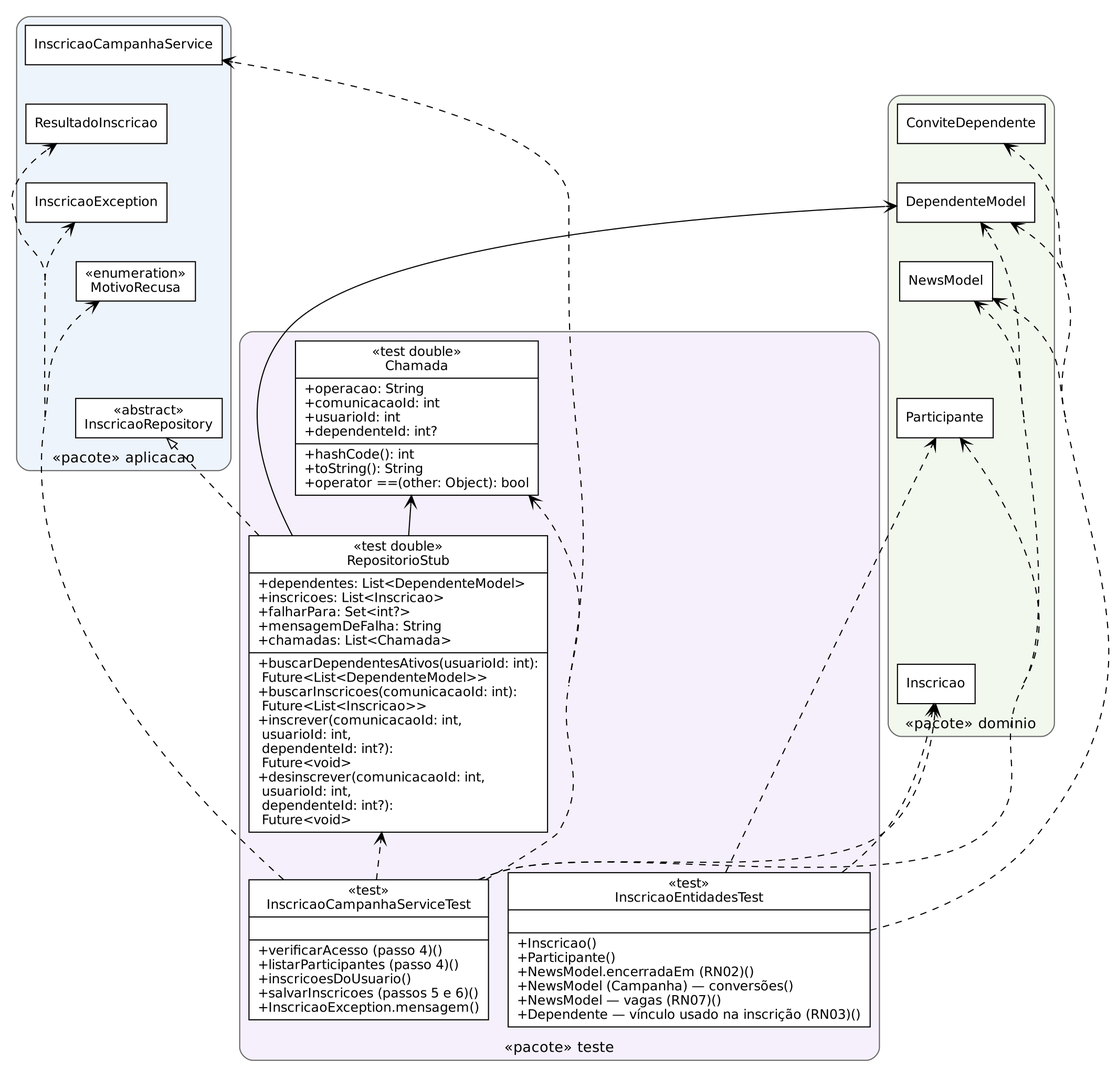
Above: qualidade/diagramas/ex11c_classes_teste.png in Conecta-Vida/Conecta-Vida-Mobile (Graphviz), before the change. Its source is kept beside it as qualidade/diagramas/ex11c_classes_teste.dot.
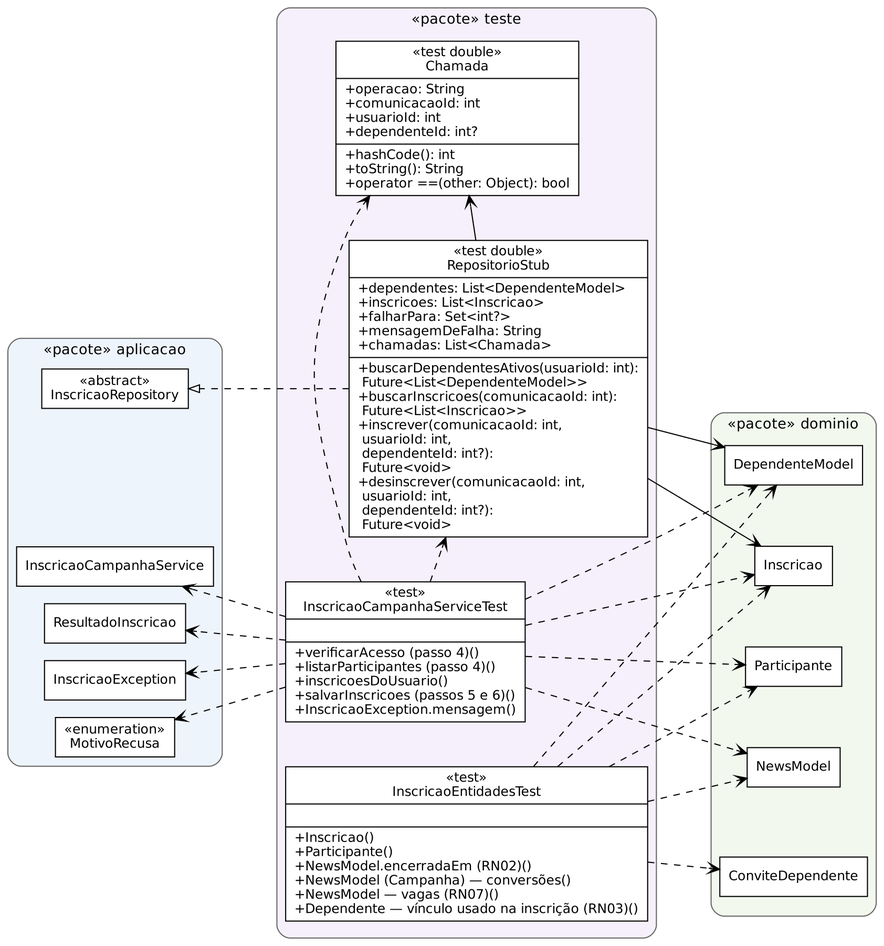
The same diagram one commit later.

Change to the diagram source:
```diff
@@ -1,26 +1,26 @@
 digraph classes {
-rankdir=BT; nodesep=0.25; ranksep=0.5; pad=0.1; concentrate=true;
+graph [layout=nop2, pad=0.1, dpi=150, splines=true];
 node [shape=record, fontname="DejaVu Sans", fontsize=12, style=filled, fillcolor="#ffffff"];
 edge [fontname="DejaVu Sans", fontsize=11];
-subgraph cluster_0 { label="«pacote» aplicacao"; style="rounded,filled"; fillcolor="#eef4fb"; color=gray40; fontname="DejaVu Sans"; fontsize=13; labelloc=t;
-  InscricaoRepository [shape=box, label="«abstract»\nInscricaoRepository"];
-  MotivoRecusa [shape=box, label="«enumeration»\nMotivoRecusa"];
-  InscricaoException [shape=box, label="InscricaoException"];
-  ResultadoInscricao [shape=box, label="ResultadoInscricao"];
-  InscricaoCampanhaService [shape=box, label="InscricaoCampanhaService"];
+subgraph cluster_0 { label="«pacote» aplicacao"; style="rounded,filled"; fillcolor="#eef4fb"; color=gray40; fontname="DejaVu Sans"; fontsize=13; labelloc=t; bb="0,157,196,548";
+  InscricaoRepository [pos="98,502", shape=box, label="«abstract»\nInscricaoRepository"];
+  MotivoRecusa [pos="98,183.5", shape=box, label="«enumeration»\nMotivoRecusa"];
+  InscricaoException [pos="98,235.5", shape=box, label="InscricaoException"];
+  ResultadoInscricao [pos="98,287.5", shape=box, label="ResultadoInscricao"];
+  InscricaoCampanhaService [pos="98,339.5", shape=box, label="InscricaoCampanhaService"];
 }
-subgraph cluster_1 { label="«pacote» dominio"; style="rounded,filled"; fillcolor="#f2f8ee"; color=gray40; fontname="DejaVu Sans"; fontsize=13; labelloc=t;
-  Inscricao [shape=box, label="Inscricao"];
-  Participante [shape=box, label="Participante"];
-  NewsModel [shape=box, label="NewsModel"];
-  DependenteModel [shape=box, label="DependenteModel"];
-  ConviteDependente [shape=box, label="ConviteDependente"];
+subgraph cluster_1 { label="«pacote» dominio"; style="rounded,filled"; fillcolor="#f2f8ee"; color=gray40; fontname="DejaVu Sans"; fontsize=13; labelloc=t; bb="643,20,794,480";
+  Inscricao [pos="718.5,340", shape=box, label="Inscricao"];
+  Participante [pos="718.5,248", shape=box, label="Participante"];
+  NewsModel [pos="718.5,156", shape=box, label="NewsModel"];
+  DependenteModel [pos="718.5,432", shape=box, label="DependenteModel"];
+  ConviteDependente [pos="718.5,56", shape=box, label="ConviteDependente"];
 }
-subgraph cluster_2 { label="«pacote» teste"; style="rounded,filled"; fillcolor="#f5f0fb"; color=gray40; fontname="DejaVu Sans"; fontsize=13; labelloc=t;
-  Chamada [label="{«test double»\nChamada|+operacao: String\l+comunicacaoId: int\l+usuarioId: int\l+dependenteId: int?\l|+hashCode(): int\l+toString(): String\l+operator ==(other: Object): bool\l}"];
-  RepositorioStub [label="{«test double»\nRepositorioStub|+dependentes: List&lt;DependenteModel&gt;\l+inscricoes: List&lt;Inscricao&gt;\l+falharPara: Set&lt;int?&gt;\l+mensagemDeFalha: String\l+chamadas: List&lt;Chamada&gt;\l|+buscarDependentesAtivos(usuarioId: int):\l      Future&lt;List&lt;DependenteModel&gt;&gt;\l+buscarInscricoes(comunicacaoId: int):\l      Future&lt;List&lt;Inscricao&gt;&gt;\l+inscrever(comunicacaoId: int,\l      usuarioId: int,\l      dependenteId: int?):\l      Future&lt;void&gt;\l+desinscrever(comunicacaoId: int,\l      usuarioId: int,\l      dependenteId: int?):\l      Future&lt;void&gt;\l}"];
-  InscricaoCampanhaServiceTest [label="{«test»\nInscricaoCampanhaServiceTest||+verificarAcesso (passo 4)()\l+listarParticipantes (passo 4)()\l+inscricoesDoUsuario()\l+salvarInscricoes (passos 5 e 6)()\l+InscricaoException.mensagem()\l}"];
-  InscricaoEntidadesTest [label="{«test»\nInscricaoEntidadesTest||+Inscricao()\l+Participante()\l+NewsModel.encerradaEm (RN02)()\l+NewsModel (Campanha) — conversões()\l+NewsModel — vagas (RN07)()\l+Dependente — vínculo usado na inscrição (RN03)()\l}"];
+subgraph cluster_2 { label="«pacote» teste"; style="rounded,filled"; fillcolor="#f5f0fb"; color=gray40; fontname="DejaVu Sans"; fontsize=13; labelloc=t; bb="246,0,593,850";
+  Chamada [pos="411,749", label="{«test double»\nChamada|+operacao: String\l+comunicacaoId: int\l+usuarioId: int\l+dependenteId: int?\l|+hashCode(): int\l+toString(): String\l+operator ==(other: Object): bool\l}"];
+  RepositorioStub [pos="448.5,502", label="{«test double»\nRepositorioStub|+dependentes: List&lt;DependenteModel&gt;\l+inscricoes: List&lt;Inscricao&gt;\l+falharPara: Set&lt;int?&gt;\l+mensagemDeFalha: String\l+chamadas: List&lt;Chamada&gt;\l|+buscarDependentesAtivos(usuarioId: int):\l      Future&lt;List&lt;DependenteModel&gt;&gt;\l+buscarInscricoes(comunicacaoId: int):\l      Future&lt;List&lt;Inscricao&gt;&gt;\l+inscrever(comunicacaoId: int,\l      usuarioId: int,\l      dependenteId: int?):\l      Future&lt;void&gt;\l+desinscrever(comunicacaoId: int,\l      usuarioId: int,\l      dependenteId: int?):\l      Future&lt;void&gt;\l}"];
+  InscricaoCampanhaServiceTest [pos="363.5,261.5", label="{«test»\nInscricaoCampanhaServiceTest||+verificarAcesso (passo 4)()\l+listarParticipantes (passo 4)()\l+inscricoesDoUsuario()\l+salvarInscricoes (passos 5 e 6)()\l+InscricaoException.mensagem()\l}"];
+  InscricaoEntidadesTest [pos="419.5,86", label="{«test»\nInscricaoEntidadesTest||+Inscricao()\l+Participante()\l+NewsModel.encerradaEm (RN02)()\l+NewsModel (Campanha) — conversões()\l+NewsModel — vagas (RN07)()\l+Dependente — vínculo usado na inscrição (RN03)()\l}"];
 }
   InscricaoRepository -> MotivoRecusa [style=invis];
   MotivoRecusa -> InscricaoException [style=invis];
```
